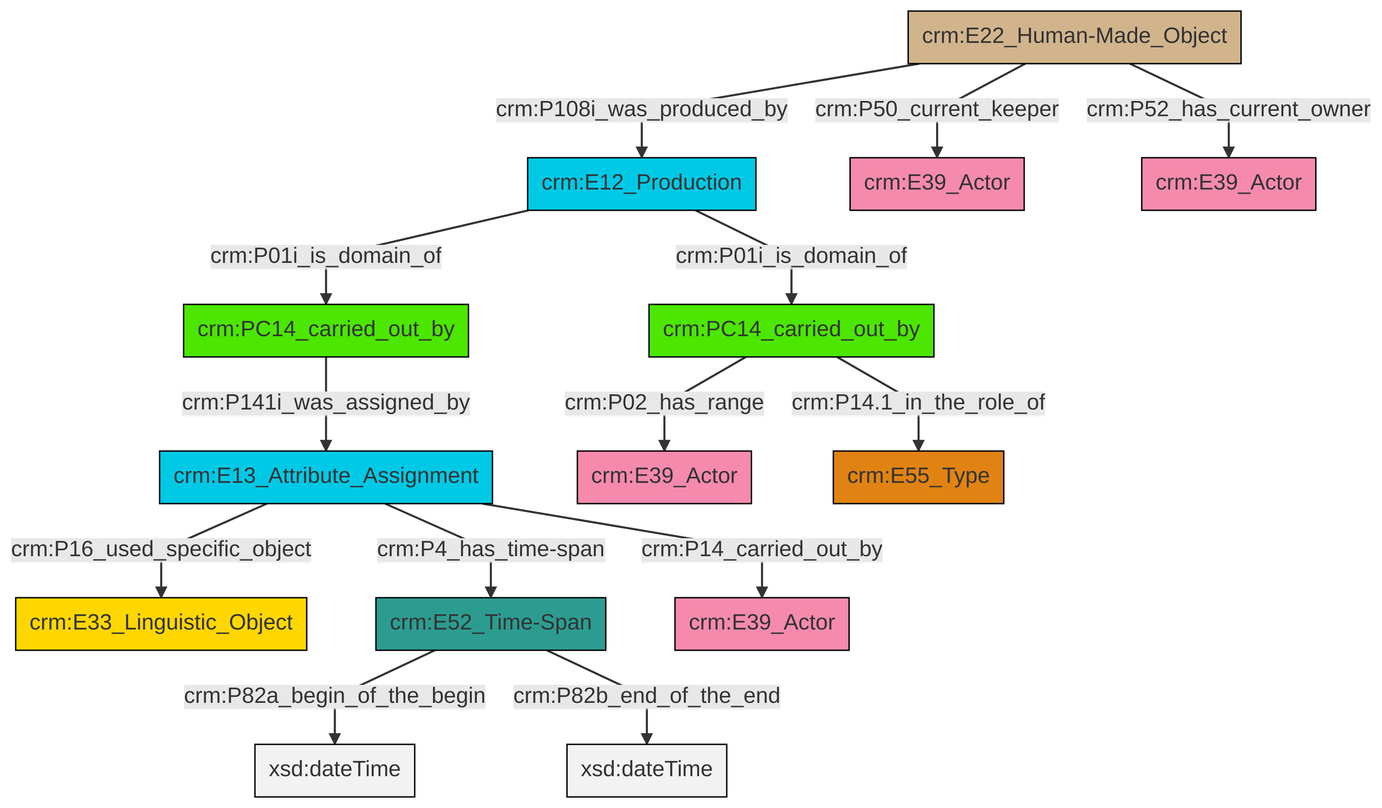
swiss-art-research-net/docs.swissartresearch keeps this Mermaid diagram as et/carrierCSV/ttl/mmd/png/carrier_relations.png. Above is the earlier version. Its source is kept beside it as et/carrierCSV/ttl/mmd/carrier_relations.ttl.mmd.
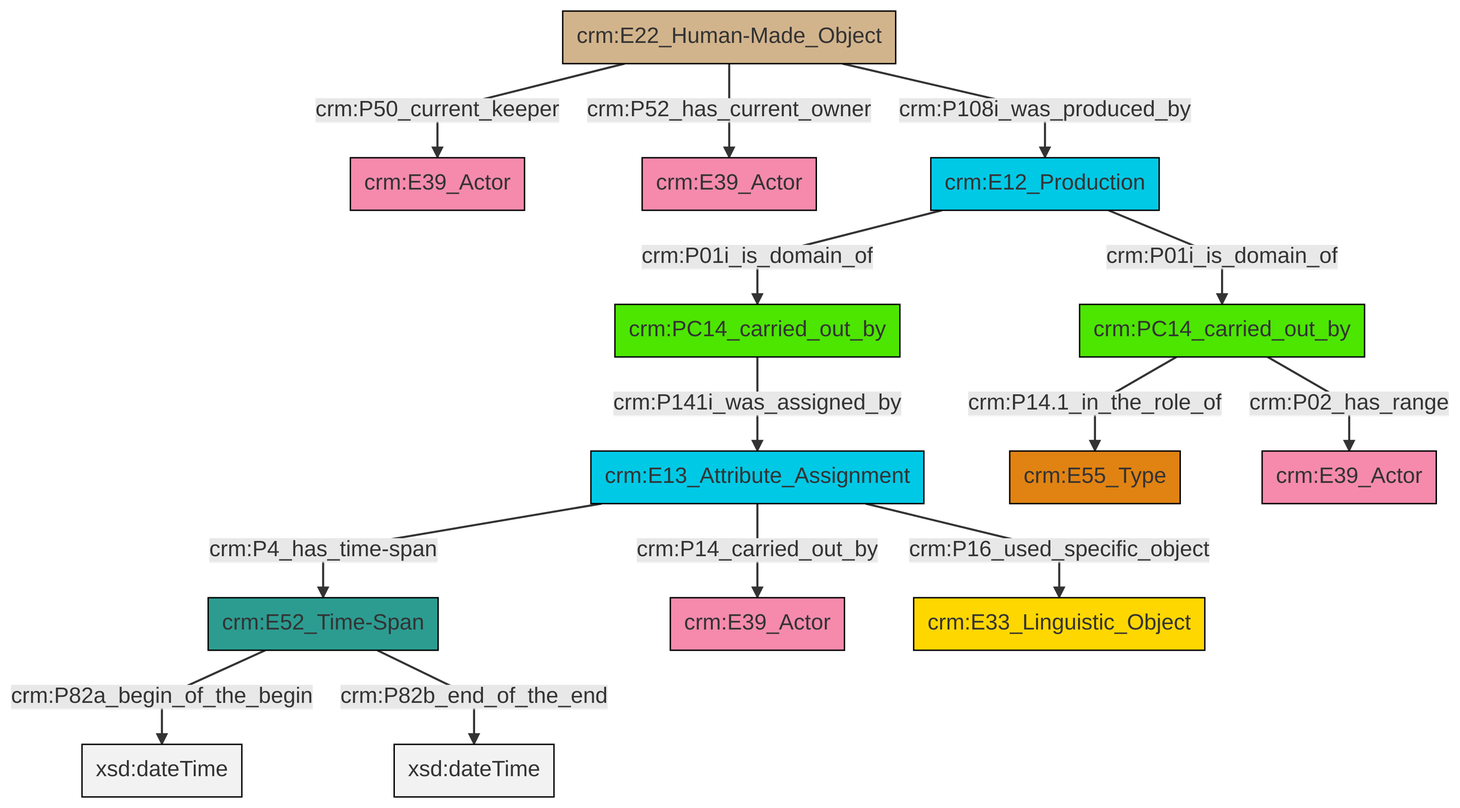
After the commit.

Diff of the diagram source:
```diff
@@ -13,16 +13,16 @@
 classDef PC_Classes fill:#4ce600, stroke:#000000;
 classDef Multi fill:#cccccc,stroke:#000000;
 
-0["crm:PC14_carried_out_by"]:::PC_Classes -->|crm:P141i_was_assigned_by| 2["crm:E13_Attribute_Assignment"]:::Temporal_Entity
-3["crm:E12_Production"]:::Temporal_Entity -->|crm:P01i_is_domain_of| 0["crm:PC14_carried_out_by"]:::PC_Classes
-6["crm:PC14_carried_out_by"]:::PC_Classes -->|crm:P02_has_range| 7["crm:E39_Actor"]:::Actor
-10["crm:E52_Time-Span"]:::Time-Span -->|crm:P82a_begin_of_the_begin| 11[xsd:dateTime]:::Literal
-13["crm:E22_Human-Made_Object"]:::Physical_Thing -->|crm:P50_current_keeper| 8["crm:E39_Actor"]:::Actor
-10["crm:E52_Time-Span"]:::Time-Span -->|crm:P82b_end_of_the_end| 14[xsd:dateTime]:::Literal
-3["crm:E12_Production"]:::Temporal_Entity -->|crm:P01i_is_domain_of| 6["crm:PC14_carried_out_by"]:::PC_Classes
-13["crm:E22_Human-Made_Object"]:::Physical_Thing -->|crm:P108i_was_produced_by| 3["crm:E12_Production"]:::Temporal_Entity
-2["crm:E13_Attribute_Assignment"]:::Temporal_Entity -->|crm:P14_carried_out_by| 17["crm:E39_Actor"]:::Actor
-2["crm:E13_Attribute_Assignment"]:::Temporal_Entity -->|crm:P4_has_time-span| 10["crm:E52_Time-Span"]:::Time-Span
-6["crm:PC14_carried_out_by"]:::PC_Classes -->|crm:P14.1_in_the_role_of| 18["crm:E55_Type"]:::Type
-13["crm:E22_Human-Made_Object"]:::Physical_Thing -->|crm:P52_has_current_owner| 20["crm:E39_Actor"]:::Actor
-2["crm:E13_Attribute_Assignment"]:::Temporal_Entity -->|crm:P16_used_specific_object| 4["crm:E33_Linguistic_Object"]:::Conceptual_Object
+2["crm:E22_Human-Made_Object"]:::Physical_Thing -->|crm:P50_current_keeper| 3["crm:E39_Actor"]:::Actor
+4["crm:E13_Attribute_Assignment"]:::Temporal_Entity -->|crm:P4_has_time-span| 5["crm:E52_Time-Span"]:::Time-Span
+11["crm:PC14_carried_out_by"]:::PC_Classes -->|crm:P141i_was_assigned_by| 4["crm:E13_Attribute_Assignment"]:::Temporal_Entity
+4["crm:E13_Attribute_Assignment"]:::Temporal_Entity -->|crm:P16_used_specific_object| 12["crm:E33_Linguistic_Object"]:::Conceptual_Object
+0["crm:PC14_carried_out_by"]:::PC_Classes -->|crm:P14.1_in_the_role_of| 14["crm:E55_Type"]:::Type
+2["crm:E22_Human-Made_Object"]:::Physical_Thing -->|crm:P52_has_current_owner| 16["crm:E39_Actor"]:::Actor
+2["crm:E22_Human-Made_Object"]:::Physical_Thing -->|crm:P108i_was_produced_by| 17["crm:E12_Production"]:::Temporal_Entity
+17["crm:E12_Production"]:::Temporal_Entity -->|crm:P01i_is_domain_of| 11["crm:PC14_carried_out_by"]:::PC_Classes
+4["crm:E13_Attribute_Assignment"]:::Temporal_Entity -->|crm:P14_carried_out_by| 9["crm:E39_Actor"]:::Actor
+5["crm:E52_Time-Span"]:::Time-Span -->|crm:P82a_begin_of_the_begin| 18[xsd:dateTime]:::Literal
+17["crm:E12_Production"]:::Temporal_Entity -->|crm:P01i_is_domain_of| 0["crm:PC14_carried_out_by"]:::PC_Classes
+0["crm:PC14_carried_out_by"]:::PC_Classes -->|crm:P02_has_range| 20["crm:E39_Actor"]:::Actor
+5["crm:E52_Time-Span"]:::Time-Span -->|crm:P82b_end_of_the_end| 24[xsd:dateTime]:::Literal
```
